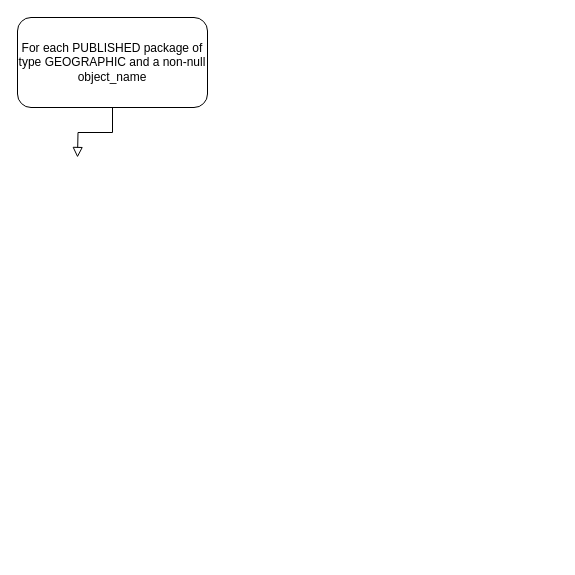
Earlier version of the draw.io diagram Processing Flow.drawio (mdunhamwilkie/bcgw-last-refresh-date). Source tidied: cells renumbered, new cells numbered last; positions are measured from the earlier drawing's top-left corner, leaving out a move shared by most shapes. Both pictures are drawn from the tidied source at 100%, with x=0, y=0 at pixel (17, 17).
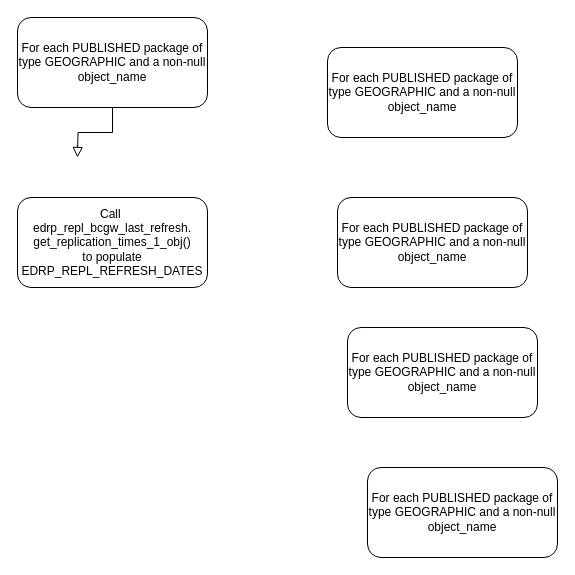
After the change.

The edit, as a diff of the source:
```diff
@@
 <mxGraphModel>
   <root>
     <mxCell id="0" />
     <mxCell id="1" parent="0" />
     <mxCell id="2" style="rounded=0;html=1;jettySize=auto;fontSize=11;endArrow=block;endFill=0;endSize=8;strokeWidth=1;shadow=0;labelBackgroundColor=none;edgeStyle=orthogonalEdgeStyle;" parent="1" edge="1" source="3">
       <mxGeometry relative="1" as="geometry">
         <mxPoint x="60" y="140" as="targetPoint" />
       </mxGeometry>
     </mxCell>
     <mxCell id="3" value="For each PUBLISHED package of type GEOGRAPHIC and a non-null object_name" style="rounded=1;whiteSpace=wrap;html=1;fontSize=12;glass=0;strokeWidth=1;shadow=0;" parent="1" vertex="1">
       <mxGeometry width="190" height="90" as="geometry" />
     </mxCell>
+    <mxCell id="4" value="Call&amp;nbsp;&lt;br&gt;edrp_repl_bcgw_last_refresh.&lt;br&gt;get_replication_times_1_obj()&lt;br&gt;to populate EDRP_REPL_REFRESH_DATES&lt;br&gt;" style="rounded=1;whiteSpace=wrap;html=1;fontSize=12;glass=0;strokeWidth=1;shadow=0;" parent="1" vertex="1">
+      <mxGeometry y="180" width="190" height="90" as="geometry" />
+    </mxCell>
+    <mxCell id="5" value="For each PUBLISHED package of type GEOGRAPHIC and a non-null object_name" style="rounded=1;whiteSpace=wrap;html=1;fontSize=12;glass=0;strokeWidth=1;shadow=0;" parent="1" vertex="1">
+      <mxGeometry x="350" y="450" width="190" height="90" as="geometry" />
+    </mxCell>
+    <mxCell id="6" value="For each PUBLISHED package of type GEOGRAPHIC and a non-null object_name" style="rounded=1;whiteSpace=wrap;html=1;fontSize=12;glass=0;strokeWidth=1;shadow=0;" parent="1" vertex="1">
+      <mxGeometry x="310" y="30" width="190" height="90" as="geometry" />
+    </mxCell>
+    <mxCell id="7" value="For each PUBLISHED package of type GEOGRAPHIC and a non-null object_name" style="rounded=1;whiteSpace=wrap;html=1;fontSize=12;glass=0;strokeWidth=1;shadow=0;" parent="1" vertex="1">
+      <mxGeometry x="330" y="310" width="190" height="90" as="geometry" />
+    </mxCell>
+    <mxCell id="8" value="For each PUBLISHED package of type GEOGRAPHIC and a non-null object_name" style="rounded=1;whiteSpace=wrap;html=1;fontSize=12;glass=0;strokeWidth=1;shadow=0;" parent="1" vertex="1">
+      <mxGeometry x="320" y="180" width="190" height="90" as="geometry" />
+    </mxCell>
   </root>
 </mxGraphModel>
```
